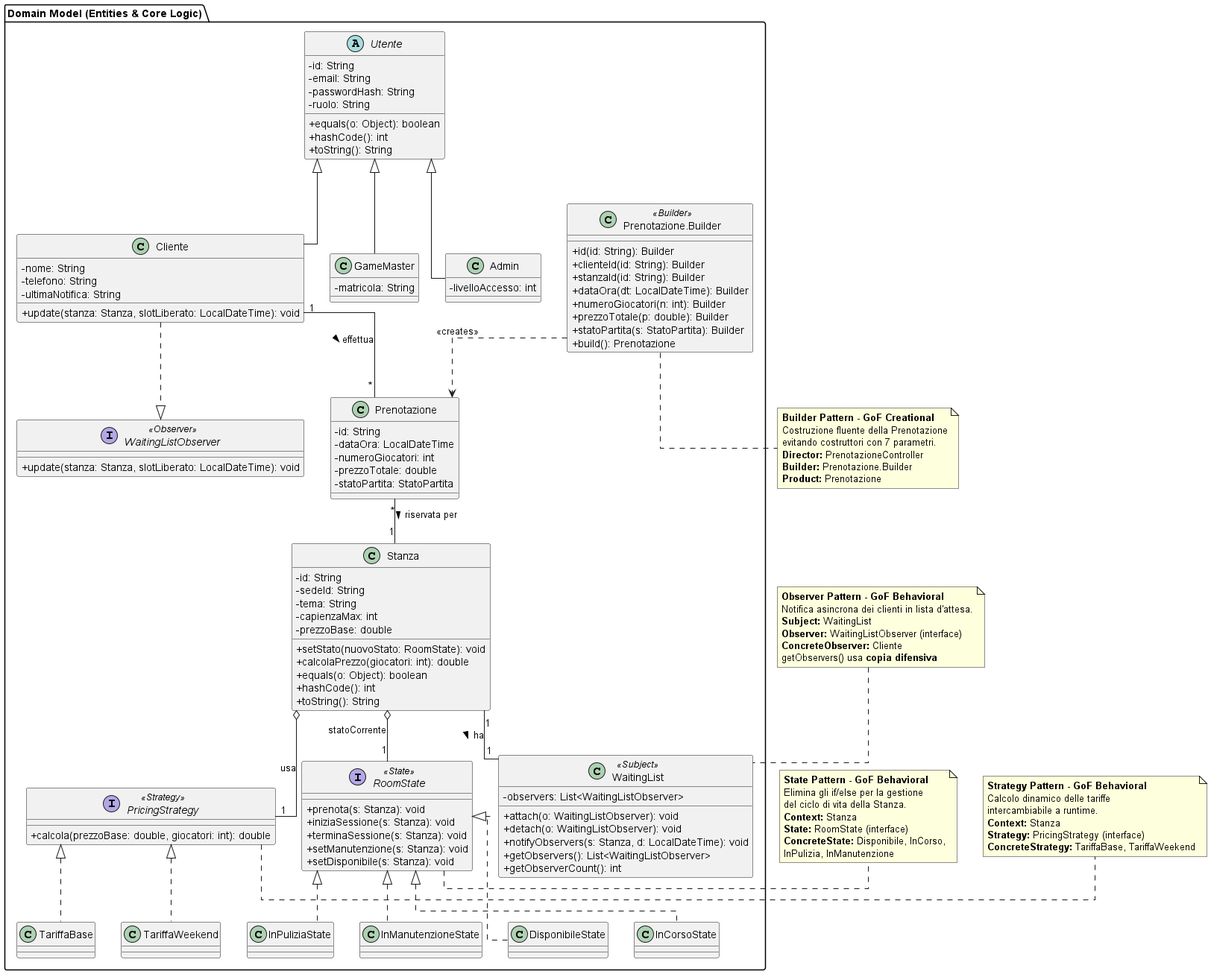
Before: LaTeX/images/fig_3_3_domain_model.png, a diagram exported from PlantUML (Adrycasta04/EscapeManager).
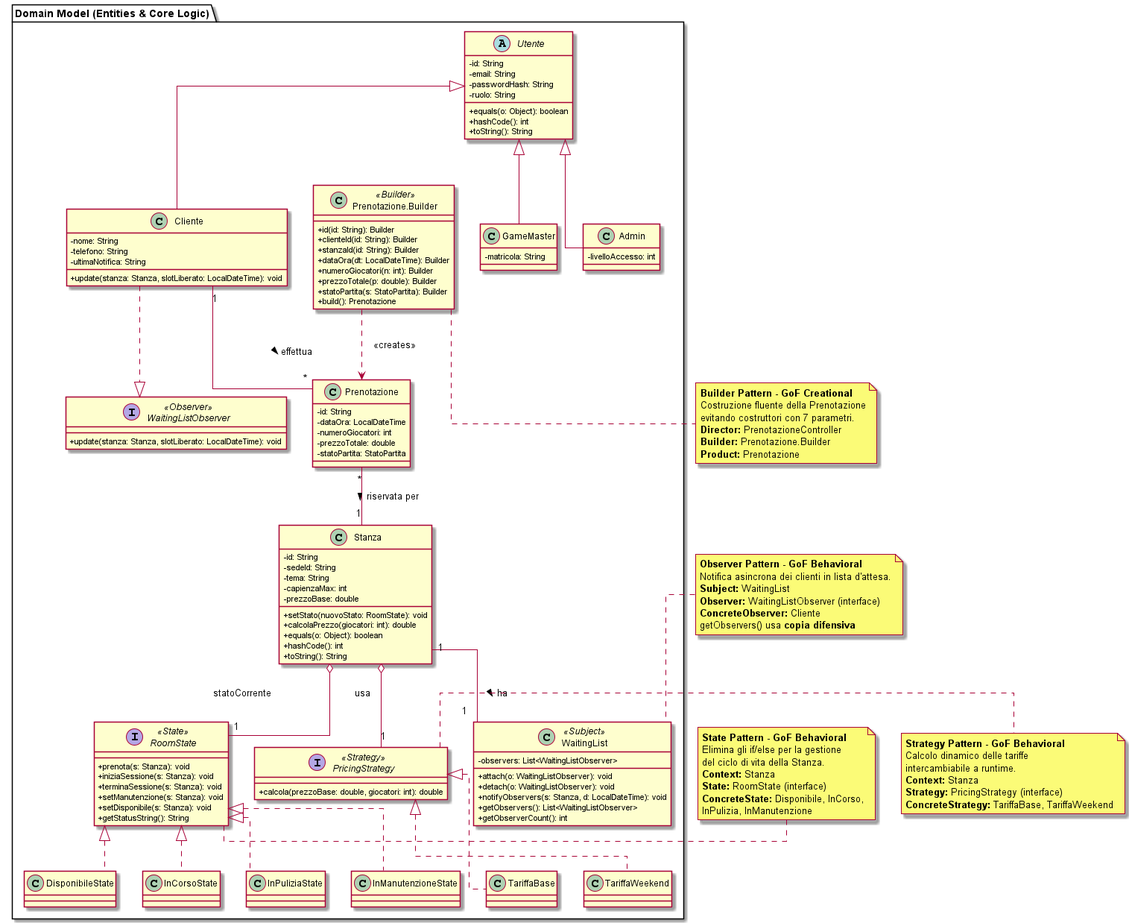
The same diagram one commit later.

What changed in the source:
```diff
@@ -84,6 +84,7 @@
         + terminaSessione(s: Stanza): void
         + setManutenzione(s: Stanza): void
         + setDisponibile(s: Stanza): void
+        + getStatusString(): String
     }
     class DisponibileState implements RoomState
     class InCorsoState implements RoomState
```
